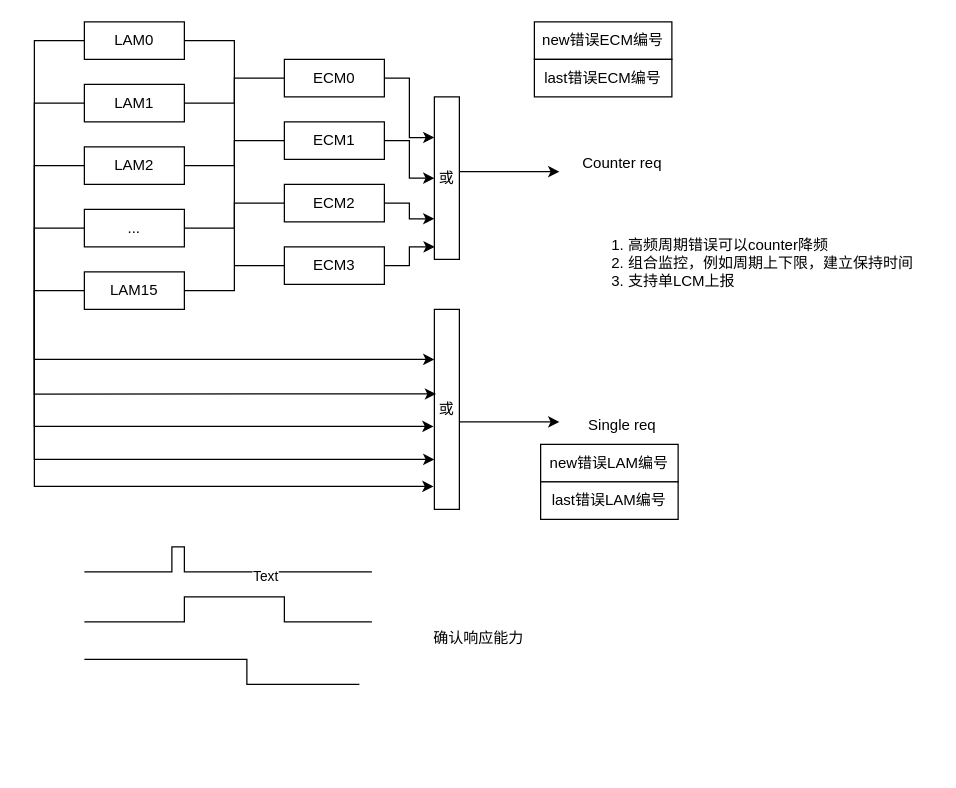
iceyxy/flow-chart-drawio keeps this draw.io diagram as page "错误上报机制" (5 of 10) of drawio/iom.drawio. Above is the earlier version. Source tidied: cells renumbered, new cells numbered last; positions are measured from the earlier drawing's top-left corner, leaving out a move shared by most shapes. Both pictures are drawn from the tidied source at 125%, with x=0, y=0 at pixel (34, 21).
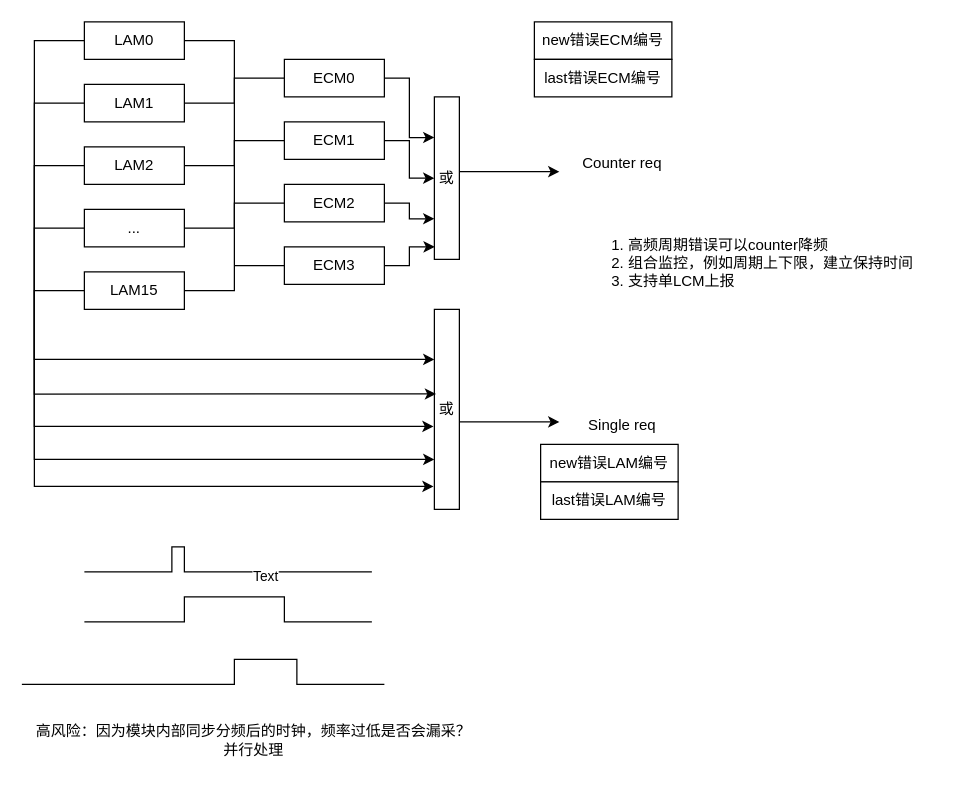
Above is the later version.

Diff of the diagram source:
```diff
@@
     <mxCell id="37" style="edgeStyle=none;orthogonalLoop=1;jettySize=auto;html=1;rounded=0;endArrow=none;endFill=0;" parent="1" edge="1">
       <mxGeometry relative="1" as="geometry">
-        <mxPoint x="40" y="510" as="sourcePoint" />
-        <mxPoint x="260" y="530" as="targetPoint" />
+        <mxPoint x="-10" y="530" as="sourcePoint" />
+        <mxPoint x="280" y="530" as="targetPoint" />
         <Array as="points">
-          <mxPoint x="170" y="510" />
-          <mxPoint x="170" y="530" />
+          <mxPoint x="160" y="530" />
+          <mxPoint x="160" y="510" />
+          <mxPoint x="180" y="510" />
+          <mxPoint x="210" y="510" />
+          <mxPoint x="210" y="530" />
         </Array>
       </mxGeometry>
     </mxCell>
@@
-    <mxCell id="40" value="确认响应能力" style="text;html=1;align=center;verticalAlign=middle;strokeColor=none;fillColor=none;" parent="1" vertex="1">
-      <mxGeometry x="305" y="478" width="100" height="30" as="geometry" />
-    </mxCell>
+    <mxCell id="41" value="高风险：因为模块内部同步分频后的时钟，频率过低是否会漏采？&lt;div&gt;并行处理&lt;/div&gt;" style="text;html=1;align=center;verticalAlign=middle;strokeColor=none;fillColor=none;" parent="1" vertex="1">
+      <mxGeometry x="-10" y="555" width="370" height="40" as="geometry" />
+    </mxCell>
```
